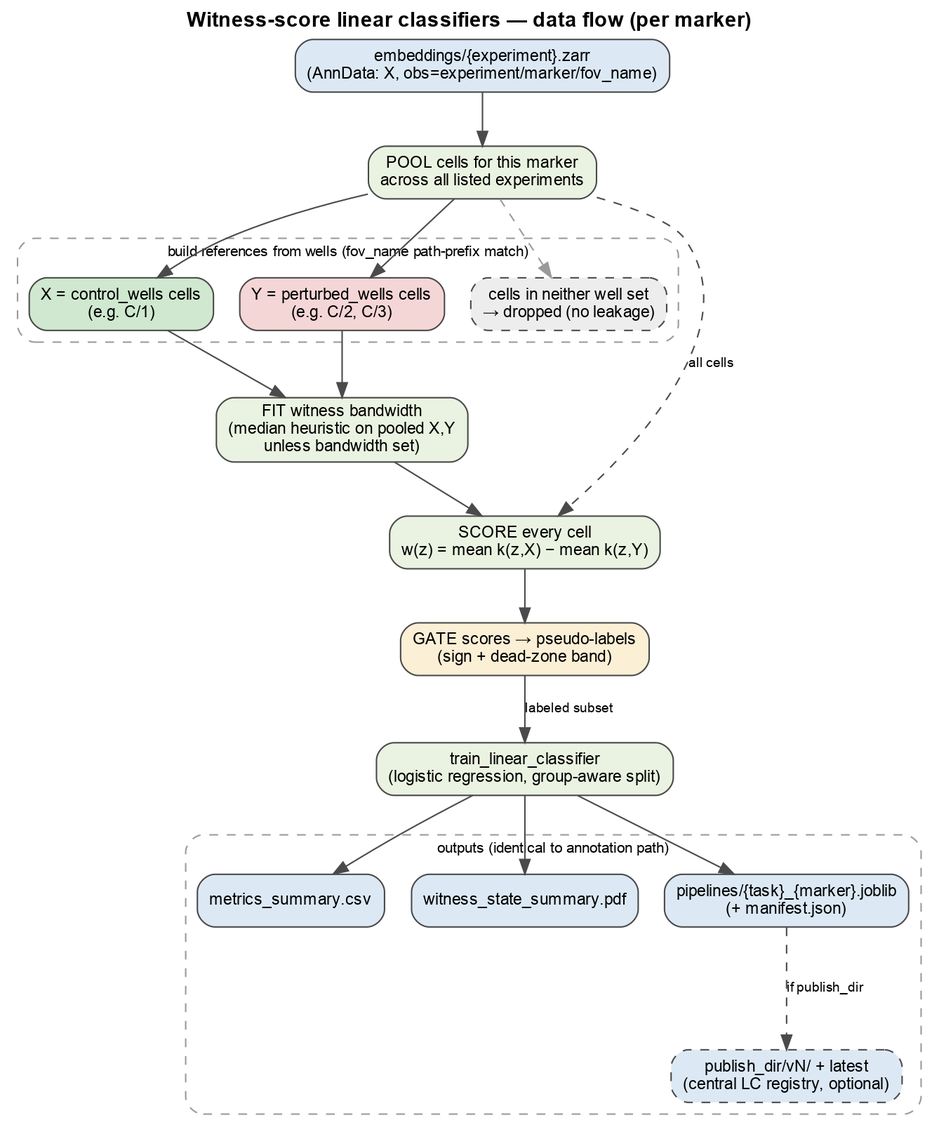
The Graphviz diagram applications/dynaclr/docs/DAGs/visuals/witness_dataflow.png in mehta-lab/VisCy, before a commit. Its source is kept beside it as applications/dynaclr/docs/DAGs/visuals/witness_dataflow.dot.
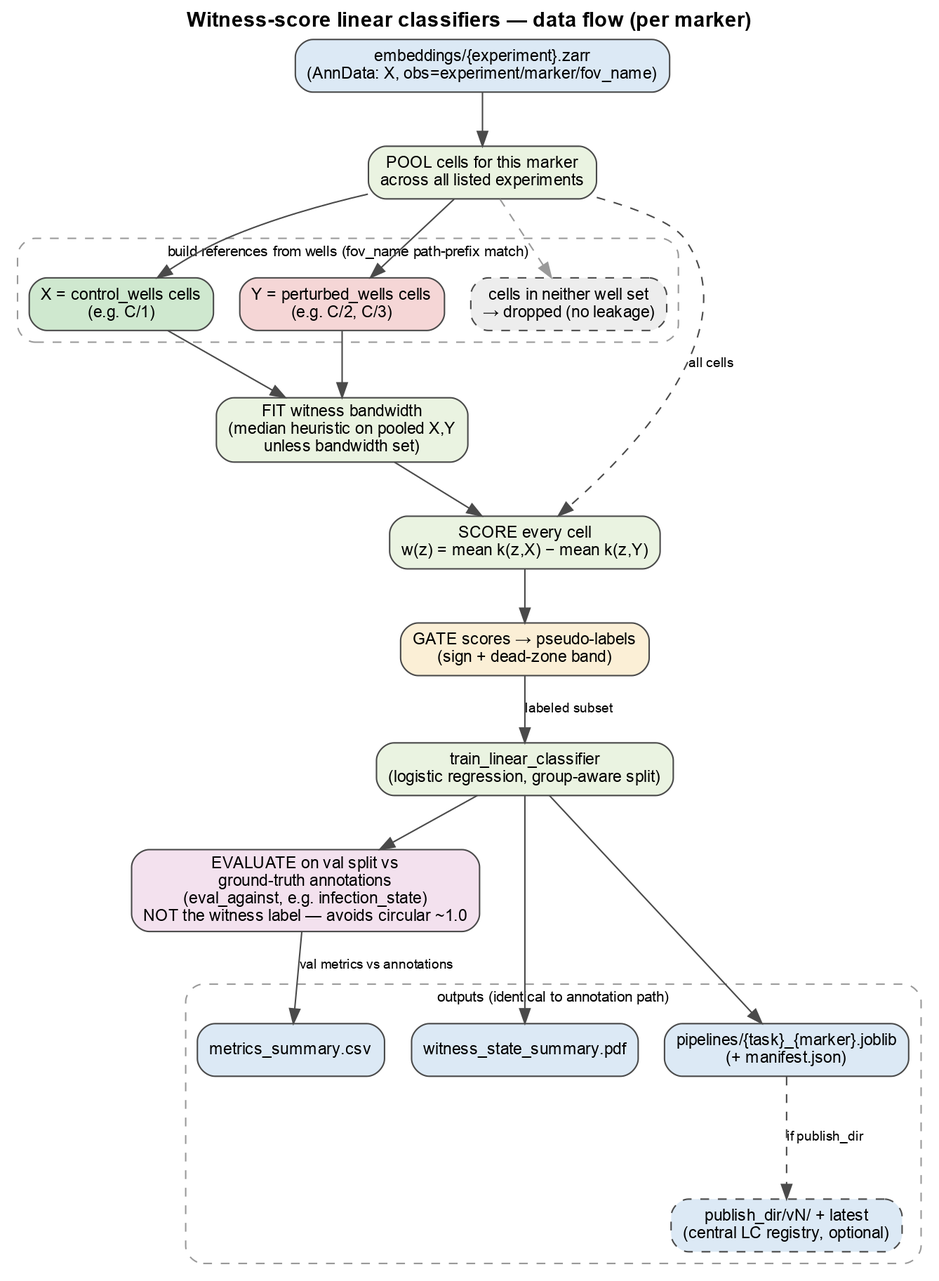
The same file after the commit.

Diff of the diagram source:
```diff
@@ -23,6 +23,7 @@
     score [label="SCORE every cell\nw(z) = mean k(z,X) − mean k(z,Y)", fillcolor="#EAF3E1"];
     gate  [label="GATE scores → pseudo-labels\n(sign + dead-zone band)", fillcolor="#FBEFD6", shape=box];
     train [label="train_linear_classifier\n(logistic regression, group-aware split)", fillcolor="#EAF3E1"];
+    evaln [label="EVALUATE on val split vs\nground-truth annotations\n(eval_against, e.g. infection_state)\nNOT the witness label — avoids circular ~1.0", fillcolor="#F3E1EE", shape=box];
 
     subgraph cluster_out {
         label="outputs (identical to annotation path)";
@@ -43,7 +44,8 @@
     pool -> score [style=dashed, label="all cells"];
     score -> gate;
     gate -> train [label="labeled subset"];
-    train -> metrics;
+    train -> evaln;
+    evaln -> metrics [label="val metrics vs annotations"];
     train -> pdf;
     train -> joblib;
     joblib -> reg [style=dashed, label="if publish_dir"];
```
